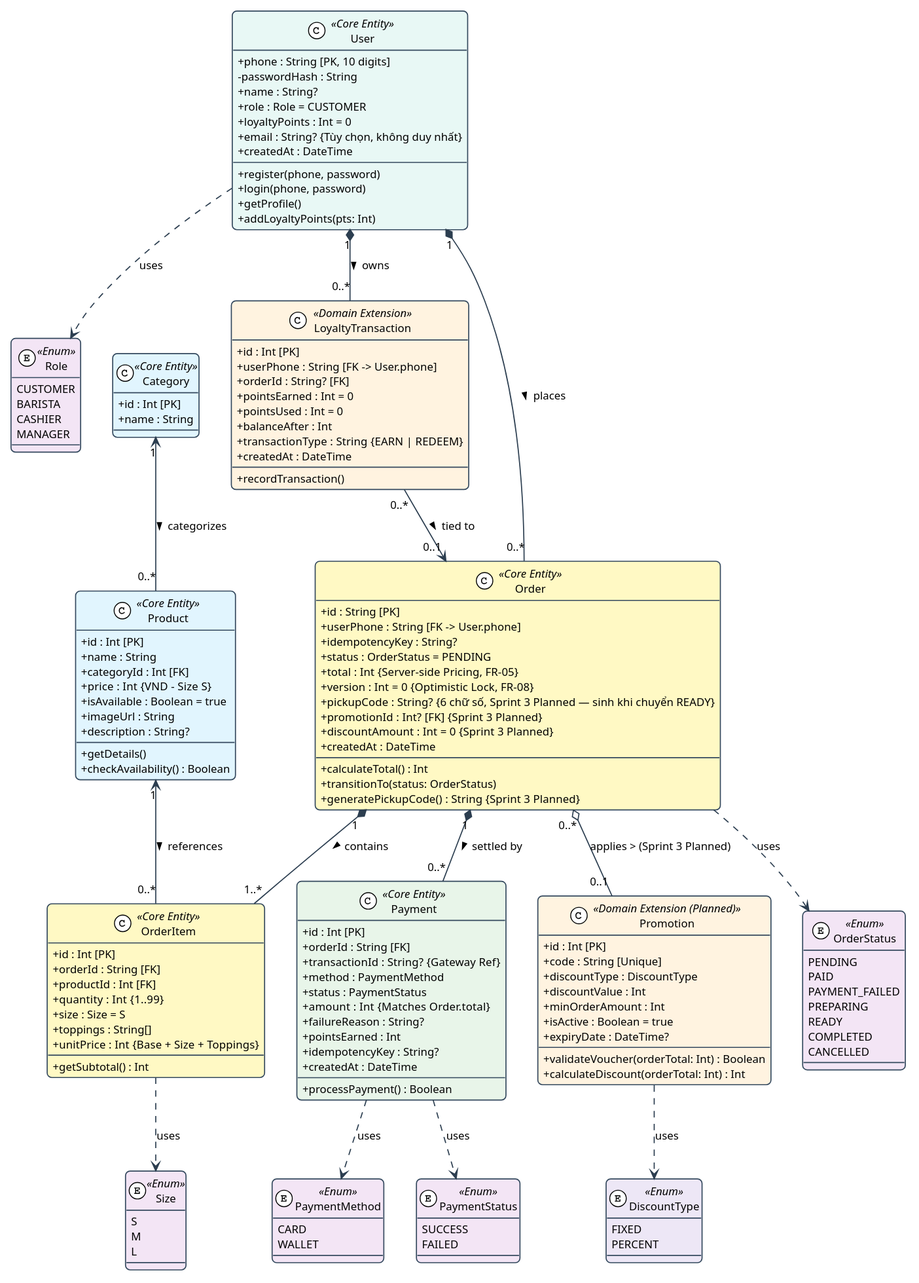
Earlier version of the PlantUML export docs/diagrams/class-domain.svg (Longcodepro/Project_SE_Assignment02_HK1_2026_2027).
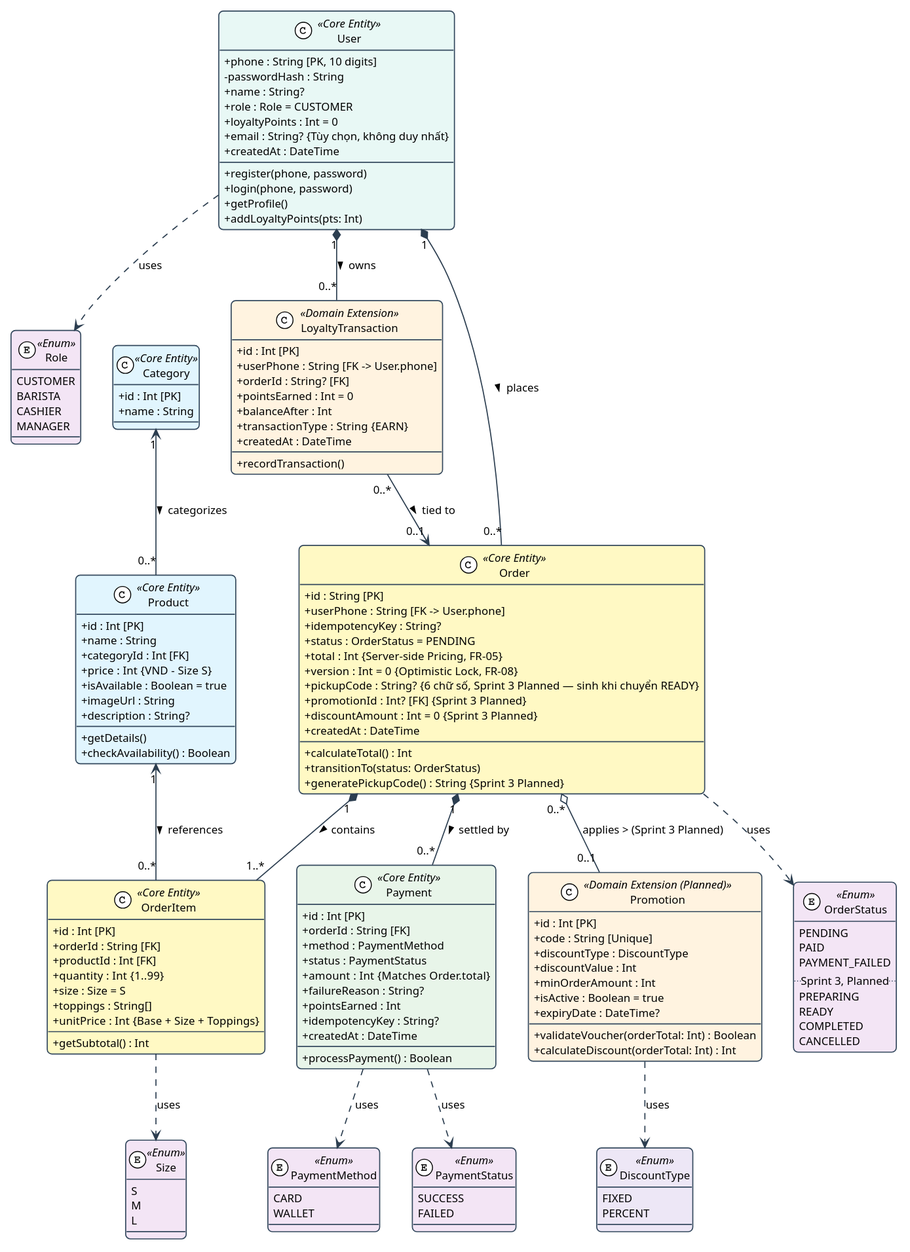
After the commit.

Commit message:
docs(task-2.3): sửa class domain: bỏ transactionId, pointsUsed và REDEEM, đánh dấu trạng thái đơn Sprint 3 là Planned

What changed in the source:
```diff
@@ -23,6 +23,7 @@
   PENDING
   PAID
   PAYMENT_FAILED
+  ..Sprint 3, Planned..
   PREPARING
   READY
   COMPLETED
@@ -115,7 +116,6 @@
 class Payment <<Core Entity>> #E8F5E9 {
   + id : Int [PK]
   + orderId : String [FK]
-  + transactionId : String?  {Gateway Ref}
   + method : PaymentMethod
   + status : PaymentStatus
   + amount : Int  {Matches Order.total}
@@ -145,9 +145,8 @@
   + userPhone : String [FK -> User.phone]
   + orderId : String? [FK]
   + pointsEarned : Int = 0
-  + pointsUsed : Int = 0
   + balanceAfter : Int
-  + transactionType : String  {EARN | REDEEM}
+  + transactionType : String  {EARN}
   + createdAt : DateTime
   __
   + recordTransaction()
```
